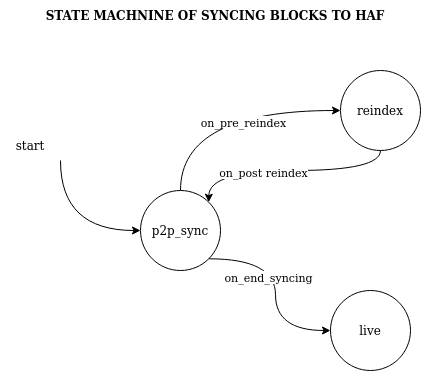
Before: src/sql_serializer/doc/sync_state_machine.png, a diagram exported from draw.io (openhive-network/HAfAH). Source tidied: cells renumbered, new cells last; positions are measured from the earlier drawing's top-left corner, leaving out a move shared by most shapes. The source it was exported from:
```xml
<mxGraphModel>
  <root>
    <mxCell id="0" />
    <mxCell id="1" parent="0" />
    <mxCell id="2" style="edgeStyle=orthogonalEdgeStyle;rounded=0;jettySize=auto;html=1;exitX=1;exitY=1;exitDx=0;exitDy=0;entryX=0;entryY=0.5;entryDx=0;entryDy=0;curved=1;" parent="1" edge="1" source="6" target="10">
      <mxGeometry relative="1" as="geometry" />
    </mxCell>
    <mxCell id="3" value="on_end_syncing" style="edgeLabel;html=1;align=center;verticalAlign=middle;" parent="2" vertex="1">
      <mxGeometry x="-0.12" y="-8" relative="1" as="geometry" />
    </mxCell>
    <mxCell id="4" style="edgeStyle=orthogonalEdgeStyle;curved=1;rounded=0;jettySize=auto;html=1;exitX=0.5;exitY=0;exitDx=0;exitDy=0;entryX=0;entryY=0.5;entryDx=0;entryDy=0;" parent="1" edge="1" source="6" target="9">
      <mxGeometry relative="1" as="geometry" />
    </mxCell>
    <mxCell id="5" value="on_pre_reindex" style="edgeLabel;html=1;align=center;verticalAlign=middle;" parent="4" vertex="1">
      <mxGeometry x="0.18" y="-11" relative="1" as="geometry" />
    </mxCell>
    <mxCell id="6" value="p2p_sync" style="ellipse;whiteSpace=wrap;html=1;" parent="1" vertex="1">
      <mxGeometry x="140" y="190" width="80" height="80" as="geometry" />
    </mxCell>
    <mxCell id="7" style="edgeStyle=orthogonalEdgeStyle;curved=1;rounded=0;jettySize=auto;html=1;exitX=0.5;exitY=1;exitDx=0;exitDy=0;entryX=1;entryY=0;entryDx=0;entryDy=0;" parent="1" edge="1" source="9" target="6">
      <mxGeometry relative="1" as="geometry" />
    </mxCell>
    <mxCell id="8" value="on_post reindex" style="edgeLabel;html=1;align=center;verticalAlign=middle;" parent="7" vertex="1">
      <mxGeometry x="0.24" y="1" relative="1" as="geometry" />
    </mxCell>
    <mxCell id="9" value="reindex" style="ellipse;whiteSpace=wrap;html=1;" parent="1" vertex="1">
      <mxGeometry x="340" y="70" width="80" height="80" as="geometry" />
    </mxCell>
    <mxCell id="10" value="live" style="ellipse;whiteSpace=wrap;html=1;" parent="1" vertex="1">
      <mxGeometry x="330" y="290" width="80" height="80" as="geometry" />
    </mxCell>
    <mxCell id="11" style="edgeStyle=orthogonalEdgeStyle;curved=1;rounded=0;jettySize=auto;html=1;exitX=1;exitY=1;exitDx=0;exitDy=0;entryX=0;entryY=0.5;entryDx=0;entryDy=0;" parent="1" edge="1" source="12" target="6">
      <mxGeometry relative="1" as="geometry" />
    </mxCell>
    <mxCell id="12" value="start" style="text;html=1;strokeColor=none;fillColor=none;align=center;verticalAlign=middle;whiteSpace=wrap;rounded=0;" parent="1" vertex="1">
      <mxGeometry y="130" width="60" height="30" as="geometry" />
    </mxCell>
    <mxCell id="13" value="&lt;b&gt;STATE MACHNINE OF SYNCING BLOCKS TO HAF&lt;/b&gt;" style="text;html=1;strokeColor=none;fillColor=none;align=center;verticalAlign=middle;whiteSpace=wrap;rounded=0;" parent="1" vertex="1">
      <mxGeometry x="35" width="360" height="30" as="geometry" />
    </mxCell>
  </root>
</mxGraphModel>
```
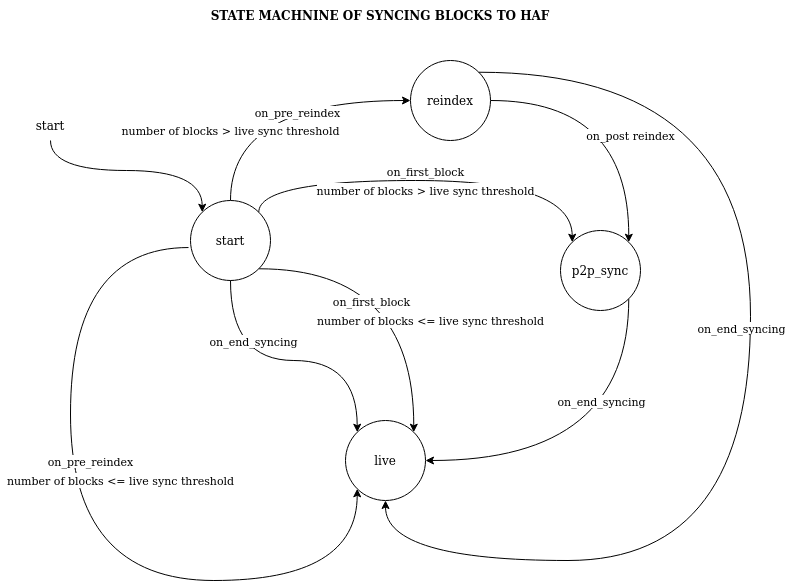
Later version of the same file.

Commit message:
add 'START' state to synchronization states

Diff of the diagram source:
```diff
@@ -2,41 +2,122 @@
   <root>
     <mxCell id="0" />
     <mxCell id="1" parent="0" />
-    <mxCell id="2" style="edgeStyle=orthogonalEdgeStyle;rounded=0;jettySize=auto;html=1;exitX=1;exitY=1;exitDx=0;exitDy=0;entryX=0;entryY=0.5;entryDx=0;entryDy=0;curved=1;" parent="1" edge="1" source="6" target="10">
-      <mxGeometry relative="1" as="geometry" />
+    <mxCell id="2" style="edgeStyle=orthogonalEdgeStyle;rounded=0;jettySize=auto;html=1;exitX=1;exitY=1;exitDx=0;exitDy=0;entryX=1;entryY=0.5;entryDx=0;entryDy=0;curved=1;" parent="1" edge="1" source="6" target="10">
+      <mxGeometry relative="1" as="geometry">
+        <Array as="points">
+          <mxPoint x="628" y="450" />
+        </Array>
+      </mxGeometry>
     </mxCell>
     <mxCell id="3" value="on_end_syncing" style="edgeLabel;html=1;align=center;verticalAlign=middle;" parent="2" vertex="1">
-      <mxGeometry x="-0.12" y="-8" relative="1" as="geometry" />
+      <mxGeometry x="-0.12" y="-8" relative="1" as="geometry">
+        <mxPoint x="-20" y="-58" as="offset" />
+      </mxGeometry>
     </mxCell>
-    <mxCell id="4" style="edgeStyle=orthogonalEdgeStyle;curved=1;rounded=0;jettySize=auto;html=1;exitX=0.5;exitY=0;exitDx=0;exitDy=0;entryX=0;entryY=0.5;entryDx=0;entryDy=0;" parent="1" edge="1" source="6" target="9">
+    <mxCell id="4" style="edgeStyle=orthogonalEdgeStyle;curved=1;rounded=0;jettySize=auto;html=1;exitX=0.5;exitY=0;exitDx=0;exitDy=0;entryX=0;entryY=0.5;entryDx=0;entryDy=0;" parent="1" edge="1" source="17" target="9">
       <mxGeometry relative="1" as="geometry" />
     </mxCell>
     <mxCell id="5" value="on_pre_reindex" style="edgeLabel;html=1;align=center;verticalAlign=middle;" parent="4" vertex="1">
       <mxGeometry x="0.18" y="-11" relative="1" as="geometry" />
     </mxCell>
     <mxCell id="6" value="p2p_sync" style="ellipse;whiteSpace=wrap;html=1;" parent="1" vertex="1">
-      <mxGeometry x="140" y="190" width="80" height="80" as="geometry" />
+      <mxGeometry x="560" y="220" width="80" height="80" as="geometry" />
     </mxCell>
-    <mxCell id="7" style="edgeStyle=orthogonalEdgeStyle;curved=1;rounded=0;jettySize=auto;html=1;exitX=0.5;exitY=1;exitDx=0;exitDy=0;entryX=1;entryY=0;entryDx=0;entryDy=0;" parent="1" edge="1" source="9" target="6">
+    <mxCell id="7" style="edgeStyle=orthogonalEdgeStyle;curved=1;rounded=0;jettySize=auto;html=1;exitX=1;exitY=0.5;exitDx=0;exitDy=0;entryX=1;entryY=0;entryDx=0;entryDy=0;" parent="1" edge="1" source="9" target="6">
       <mxGeometry relative="1" as="geometry" />
     </mxCell>
     <mxCell id="8" value="on_post reindex" style="edgeLabel;html=1;align=center;verticalAlign=middle;" parent="7" vertex="1">
       <mxGeometry x="0.24" y="1" relative="1" as="geometry" />
     </mxCell>
     <mxCell id="9" value="reindex" style="ellipse;whiteSpace=wrap;html=1;" parent="1" vertex="1">
-      <mxGeometry x="340" y="70" width="80" height="80" as="geometry" />
+      <mxGeometry x="410" y="50" width="80" height="80" as="geometry" />
     </mxCell>
-    <mxCell id="10" value="live" style="ellipse;whiteSpace=wrap;html=1;" parent="1" vertex="1">
-      <mxGeometry x="330" y="290" width="80" height="80" as="geometry" />
-    </mxCell>
-    <mxCell id="11" style="edgeStyle=orthogonalEdgeStyle;curved=1;rounded=0;jettySize=auto;html=1;exitX=1;exitY=1;exitDx=0;exitDy=0;entryX=0;entryY=0.5;entryDx=0;entryDy=0;" parent="1" edge="1" source="12" target="6">
-      <mxGeometry relative="1" as="geometry" />
+    <mxCell id="11" style="edgeStyle=orthogonalEdgeStyle;curved=1;rounded=0;jettySize=auto;html=1;entryX=0;entryY=0;entryDx=0;entryDy=0;exitX=1;exitY=0;exitDx=0;exitDy=0;" parent="1" edge="1" source="17" target="6">
+      <mxGeometry relative="1" as="geometry">
+        <Array as="points">
+          <mxPoint x="258" y="170" />
+          <mxPoint x="572" y="170" />
+        </Array>
+      </mxGeometry>
     </mxCell>
+    <mxCell id="14" value="on_first_block" style="edgeLabel;html=1;align=center;verticalAlign=middle;fontSize=11;" parent="11" vertex="1">
+      <mxGeometry x="-0.68" y="3" relative="1" as="geometry">
+        <mxPoint x="132" y="-7" as="offset" />
+      </mxGeometry>
+    </mxCell>
+    <mxCell id="15" style="edgeStyle=orthogonalEdgeStyle;curved=1;rounded=0;jettySize=auto;html=1;exitX=0.5;exitY=1;exitDx=0;exitDy=0;entryX=0;entryY=0;entryDx=0;entryDy=0;fontSize=11;" parent="1" edge="1" source="12" target="17">
+      <mxGeometry relative="1" as="geometry" />
+    </mxCell>
     <mxCell id="12" value="start" style="text;html=1;strokeColor=none;fillColor=none;align=center;verticalAlign=middle;whiteSpace=wrap;rounded=0;" parent="1" vertex="1">
-      <mxGeometry y="130" width="60" height="30" as="geometry" />
+      <mxGeometry x="20" y="100" width="60" height="30" as="geometry" />
     </mxCell>
     <mxCell id="13" value="&lt;b&gt;STATE MACHNINE OF SYNCING BLOCKS TO HAF&lt;/b&gt;" style="text;html=1;strokeColor=none;fillColor=none;align=center;verticalAlign=middle;whiteSpace=wrap;rounded=0;" parent="1" vertex="1">
-      <mxGeometry x="35" width="360" height="30" as="geometry" />
+      <mxGeometry x="200" y="-10" width="360" height="30" as="geometry" />
     </mxCell>
+    <mxCell id="16" style="edgeStyle=orthogonalEdgeStyle;rounded=0;jettySize=auto;html=1;exitX=1;exitY=1;exitDx=0;exitDy=0;entryX=1;entryY=0;entryDx=0;entryDy=0;fontSize=11;curved=1;" parent="1" edge="1" source="17" target="10">
+      <mxGeometry relative="1" as="geometry" />
+    </mxCell>
+    <mxCell id="17" value="start" style="ellipse;whiteSpace=wrap;html=1;" parent="1" vertex="1">
+      <mxGeometry x="190" y="190" width="80" height="80" as="geometry" />
+    </mxCell>
+    <mxCell id="18" value="&lt;font style=&quot;font-size: 11px&quot;&gt;number of blocks &amp;gt; live sync threshold&lt;/font&gt;" style="text;html=1;align=center;verticalAlign=middle;strokeColor=none;fillColor=none;labelBackgroundColor=default;" parent="1" vertex="1">
+      <mxGeometry x="115" y="110" width="230" height="20" as="geometry" />
+    </mxCell>
+    <mxCell id="10" value="live" style="ellipse;whiteSpace=wrap;html=1;" parent="1" vertex="1">
+      <mxGeometry x="345" y="410" width="80" height="80" as="geometry" />
+    </mxCell>
+    <mxCell id="19" style="edgeStyle=orthogonalEdgeStyle;curved=1;rounded=0;jettySize=auto;html=1;exitX=-0.025;exitY=0.588;exitDx=0;exitDy=0;exitPerimeter=0;entryX=0;entryY=1;entryDx=0;entryDy=0;" parent="1" edge="1" source="17" target="10">
+      <mxGeometry relative="1" as="geometry">
+        <Array as="points">
+          <mxPoint x="70" y="237" />
+          <mxPoint x="70" y="570" />
+          <mxPoint x="357" y="570" />
+        </Array>
+      </mxGeometry>
+    </mxCell>
+    <mxCell id="20" value="on_pre_reindex" style="edgeLabel;html=1;align=center;verticalAlign=middle;" parent="19" vertex="1">
+      <mxGeometry x="0.18" y="-11" relative="1" as="geometry">
+        <mxPoint x="-20" y="-131" as="offset" />
+      </mxGeometry>
+    </mxCell>
+    <mxCell id="21" value="&lt;font style=&quot;font-size: 11px&quot;&gt;number of blocks &amp;lt;= live sync threshold&lt;/font&gt;" style="text;html=1;align=center;verticalAlign=middle;strokeColor=none;fillColor=none;labelBackgroundColor=default;" parent="1" vertex="1">
+      <mxGeometry y="460" width="240" height="20" as="geometry" />
+    </mxCell>
+    <mxCell id="22" value="&lt;font style=&quot;font-size: 11px&quot;&gt;number of blocks &amp;gt; live sync threshold&lt;/font&gt;" style="text;html=1;align=center;verticalAlign=middle;strokeColor=none;fillColor=none;labelBackgroundColor=default;" parent="1" vertex="1">
+      <mxGeometry x="310" y="170" width="230" height="20" as="geometry" />
+    </mxCell>
+    <mxCell id="23" value="on_first_block" style="edgeLabel;html=1;align=center;verticalAlign=middle;fontSize=11;" parent="1" vertex="1">
+      <mxGeometry x="370" y="290" as="geometry" />
+    </mxCell>
+    <mxCell id="24" value="&lt;font style=&quot;font-size: 11px&quot;&gt;number of blocks &amp;lt;= live sync threshold&lt;/font&gt;" style="text;html=1;align=center;verticalAlign=middle;strokeColor=none;fillColor=none;labelBackgroundColor=default;" parent="1" vertex="1">
+      <mxGeometry x="310" y="300" width="240" height="20" as="geometry" />
+    </mxCell>
+    <mxCell id="25" style="edgeStyle=orthogonalEdgeStyle;rounded=0;jettySize=auto;html=1;exitX=0.5;exitY=1;exitDx=0;exitDy=0;entryX=0;entryY=0;entryDx=0;entryDy=0;curved=1;" parent="1" edge="1" source="17" target="10">
+      <mxGeometry relative="1" as="geometry">
+        <Array as="points">
+          <mxPoint x="230" y="350" />
+          <mxPoint x="357" y="350" />
+        </Array>
+      </mxGeometry>
+    </mxCell>
+    <mxCell id="26" value="on_end_syncing" style="edgeLabel;html=1;align=center;verticalAlign=middle;" parent="25" vertex="1">
+      <mxGeometry x="-0.12" y="-8" relative="1" as="geometry">
+        <mxPoint x="-20" y="-28" as="offset" />
+      </mxGeometry>
+    </mxCell>
+    <mxCell id="27" style="edgeStyle=orthogonalEdgeStyle;rounded=0;jettySize=auto;html=1;exitX=1;exitY=0;exitDx=0;exitDy=0;entryX=0.5;entryY=1;entryDx=0;entryDy=0;curved=1;" parent="1" edge="1" source="9" target="10">
+      <mxGeometry relative="1" as="geometry">
+        <Array as="points">
+          <mxPoint x="750" y="62" />
+          <mxPoint x="750" y="550" />
+          <mxPoint x="385" y="550" />
+        </Array>
+      </mxGeometry>
+    </mxCell>
+    <mxCell id="28" value="on_end_syncing" style="edgeLabel;html=1;align=center;verticalAlign=middle;" parent="27" vertex="1">
+      <mxGeometry x="-0.12" y="-8" relative="1" as="geometry">
+        <mxPoint x="-2" y="9" as="offset" />
+      </mxGeometry>
+    </mxCell>
   </root>
 </mxGraphModel>
```
